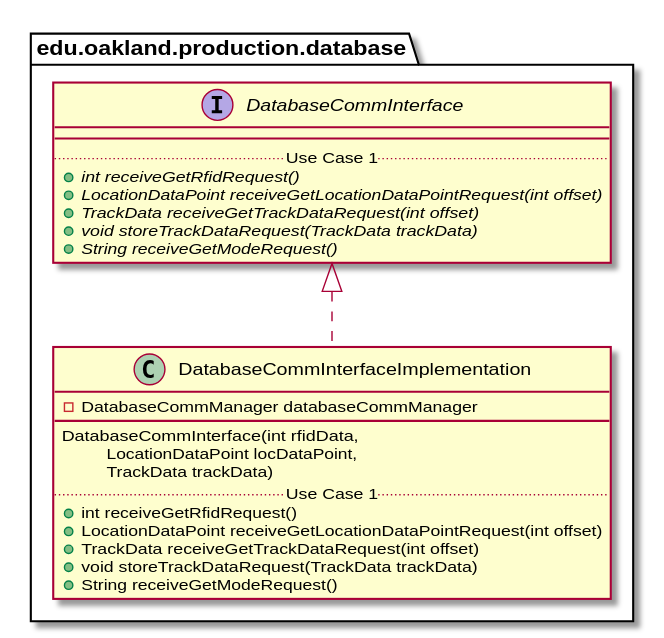
Earlier version of the PlantUML export docs/uml-class-diagrams/database/production/DatabaseCommInterfaceImplementation/DatabaseCommInterfaceImplementation_DirectDependencies.svg (elilley15/csi-3370-software-project). Its diagram source:
```plantuml
@startuml DatabaseCommInterfaceImplementation_DirectDependencies


package edu.oakland.production.database {
    class DatabaseCommInterfaceImplementation {
        - DatabaseCommManager databaseCommManager
        __
        DatabaseCommInterface(int rfidData,
        \tLocationDataPoint locDataPoint,
        \tTrackData trackData)
        .. Use Case 1 ..
        + int receiveGetRfidRequest()
        + LocationDataPoint receiveGetLocationDataPointRequest(int offset)
        + TrackData receiveGetTrackDataRequest(int offset)
        + void storeTrackDataRequest(TrackData trackData)
        + String receiveGetModeRequest()
    }
}



package edu.oakland.production.database {
    interface DatabaseCommInterface {
        __
        .. Use Case 1 ..
        {abstract} + int receiveGetRfidRequest()
        {abstract} + LocationDataPoint receiveGetLocationDataPointRequest(int offset)
        {abstract} + TrackData receiveGetTrackDataRequest(int offset)
        {abstract} + void storeTrackDataRequest(TrackData trackData)
        {abstract} + String receiveGetModeRequest()
    }
}

DatabaseCommInterfaceImplementation .up.|> DatabaseCommInterface





@enduml
```
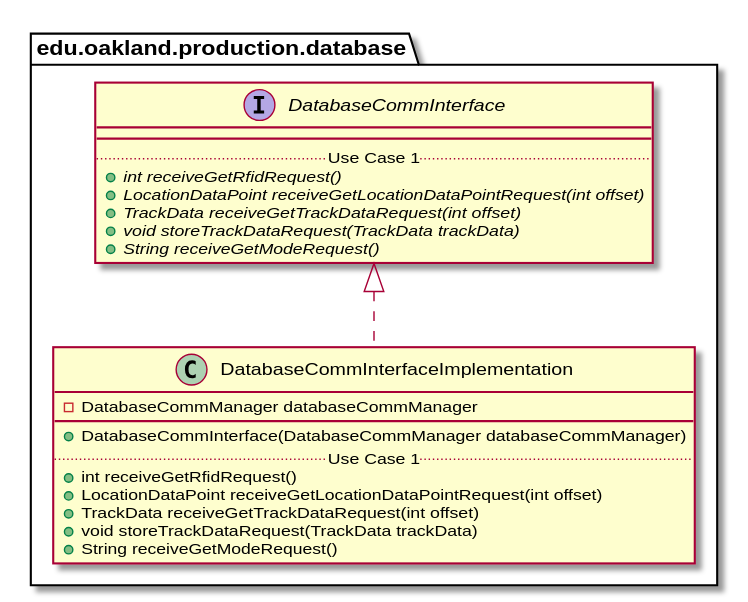
After the change.

The edit, as a diff of the source:
```diff
@@ -5,9 +5,7 @@
     class DatabaseCommInterfaceImplementation {
         - DatabaseCommManager databaseCommManager
         __
-        DatabaseCommInterface(int rfidData,
-        \tLocationDataPoint locDataPoint,
-        \tTrackData trackData)
+        + DatabaseCommInterface(DatabaseCommManager databaseCommManager)
         .. Use Case 1 ..
         + int receiveGetRfidRequest()
         + LocationDataPoint receiveGetLocationDataPointRequest(int offset)
```
